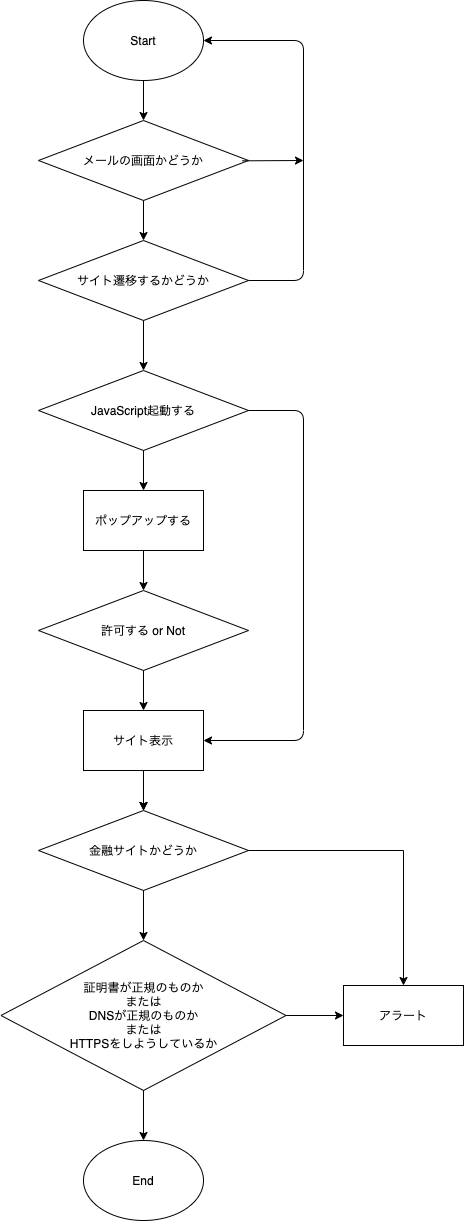
karapto/9cc keeps this draw.io diagram as 作成ツールフローチャート.png. Above is the earlier version. Source tidied: cells renumbered, new cells last; positions are measured from the earlier drawing's top-left corner, leaving out a move shared by most shapes.
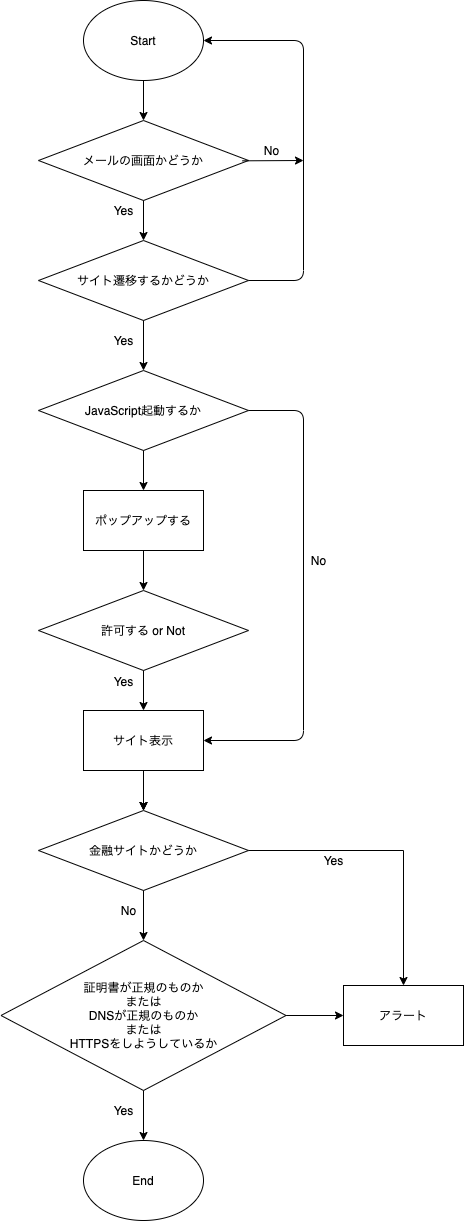
Above is the later version.

Commit message:
Added 作成ツールフローチャート.png

The edit, as a diff of the source:
```diff
@@ -11,7 +11,7 @@
     <mxCell id="4" value="サイト遷移するかどうか" style="rhombus;whiteSpace=wrap;html=1;" parent="1" vertex="1">
       <mxGeometry x="37" y="240" width="210" height="80" as="geometry" />
     </mxCell>
-    <mxCell id="5" value="JavaScript起動する" style="rhombus;whiteSpace=wrap;html=1;" parent="1" vertex="1">
+    <mxCell id="5" value="JavaScript起動するか" style="rhombus;whiteSpace=wrap;html=1;" parent="1" vertex="1">
       <mxGeometry x="37" y="370" width="210" height="80" as="geometry" />
     </mxCell>
     <mxCell id="6" value="ポップアップする" style="rounded=0;whiteSpace=wrap;html=1;" parent="1" vertex="1">
@@ -97,5 +97,29 @@
     <mxCell id="28" style="edgeStyle=orthogonalEdgeStyle;rounded=0;jettySize=auto;html=1;entryX=0.5;entryY=0;entryDx=0;entryDy=0;exitX=1;exitY=0.5;exitDx=0;exitDy=0;" parent="1" edge="1" source="11" target="27">
       <mxGeometry relative="1" as="geometry" />
     </mxCell>
+    <mxCell id="29" value="Yes" style="text;html=1;align=center;verticalAlign=middle;" parent="1" vertex="1">
+      <mxGeometry x="102" y="200" width="40" height="20" as="geometry" />
+    </mxCell>
+    <mxCell id="30" value="No" style="text;html=1;align=center;verticalAlign=middle;" parent="1" vertex="1">
+      <mxGeometry x="254.5" y="140" width="30" height="20" as="geometry" />
+    </mxCell>
+    <mxCell id="31" value="No" style="text;html=1;align=center;verticalAlign=middle;" parent="1" vertex="1">
+      <mxGeometry x="302" y="550" width="30" height="20" as="geometry" />
+    </mxCell>
+    <mxCell id="32" value="Yes" style="text;html=1;align=center;verticalAlign=middle;" parent="1" vertex="1">
+      <mxGeometry x="102" y="330" width="40" height="20" as="geometry" />
+    </mxCell>
+    <mxCell id="33" value="Yes" style="text;html=1;align=center;verticalAlign=middle;" parent="1" vertex="1">
+      <mxGeometry x="102" y="671" width="40" height="20" as="geometry" />
+    </mxCell>
+    <mxCell id="34" value="Yes" style="text;html=1;align=center;verticalAlign=middle;" parent="1" vertex="1">
+      <mxGeometry x="102" y="1100" width="40" height="20" as="geometry" />
+    </mxCell>
+    <mxCell id="35" value="Yes" style="text;html=1;align=center;verticalAlign=middle;" parent="1" vertex="1">
+      <mxGeometry x="312" y="850" width="40" height="20" as="geometry" />
+    </mxCell>
+    <mxCell id="36" value="No" style="text;html=1;align=center;verticalAlign=middle;" parent="1" vertex="1">
+      <mxGeometry x="112" y="900" width="30" height="20" as="geometry" />
+    </mxCell>
   </root>
 </mxGraphModel>
```
